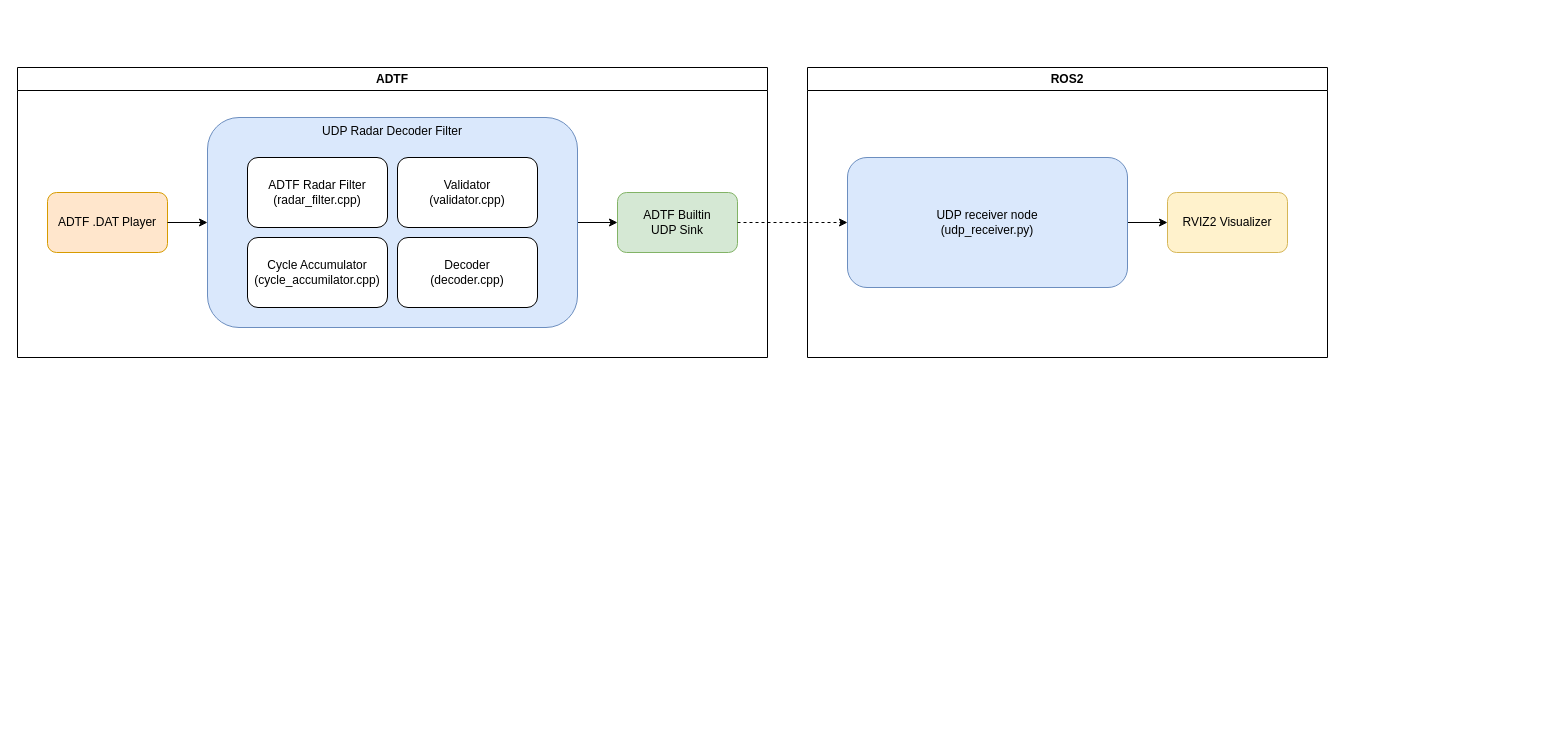
Before: UML.drawio in MrKugga/MikeWazowski, a draw.io diagram. Source tidied: cells renumbered, new cells numbered last; positions are measured from the earlier drawing's top-left corner, leaving out a move shared by most shapes. Both pictures are drawn from the tidied source at 100%, with x=0, y=0 at pixel (17, 67).
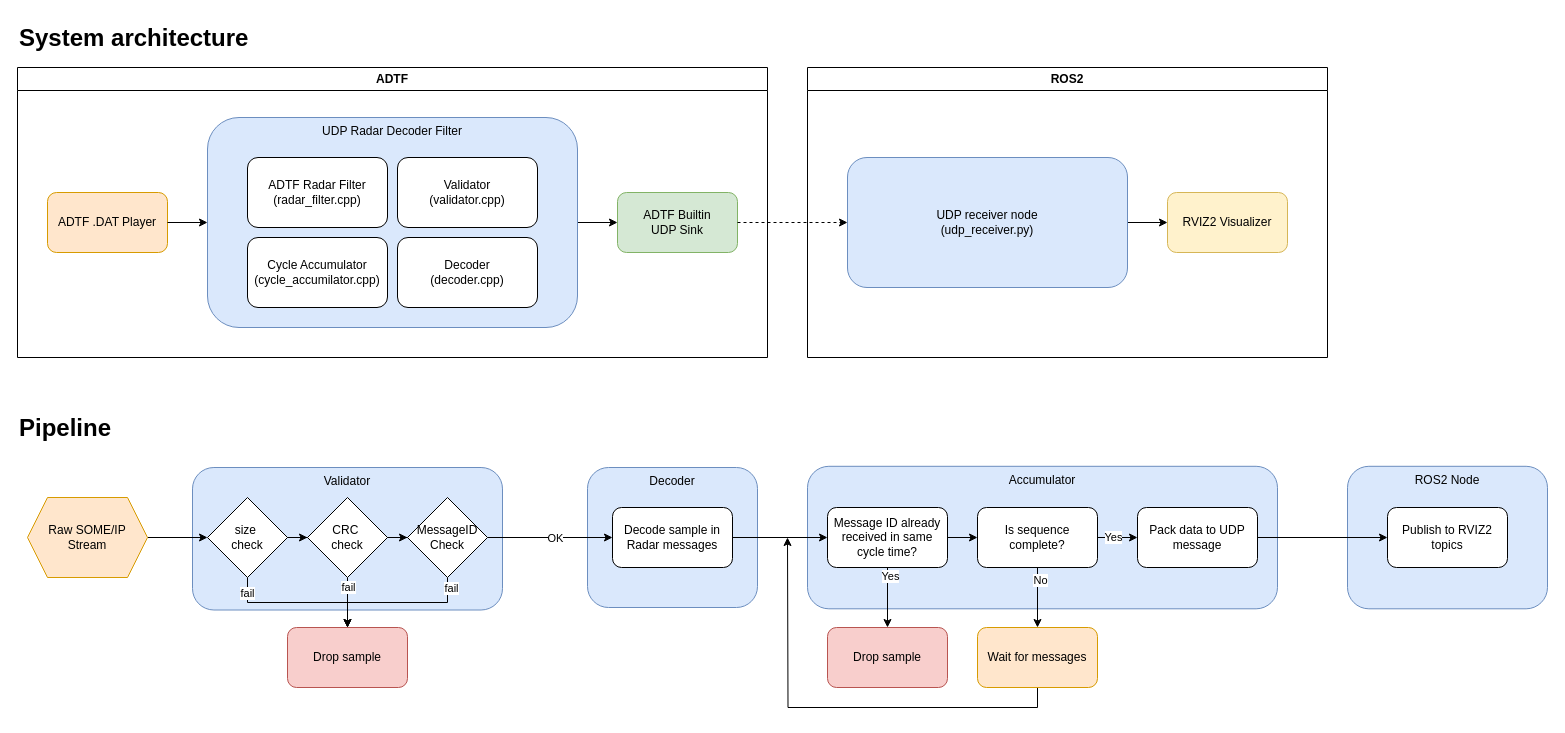
The same page after the edit.

Change to the diagram source:
```diff
@@
+    <mxCell id="17" value="Decoder" style="rounded=1;whiteSpace=wrap;html=1;verticalAlign=top;fillColor=#dae8fc;strokeColor=#6c8ebf;" parent="1" vertex="1">
+      <mxGeometry x="570" y="400" width="170" height="140" as="geometry" />
+    </mxCell>
+    <mxCell id="18" value="ROS2 Node" style="rounded=1;whiteSpace=wrap;html=1;verticalAlign=top;fillColor=#dae8fc;strokeColor=#6c8ebf;" parent="1" vertex="1">
+      <mxGeometry x="1330" y="398.8" width="200" height="142.5" as="geometry" />
+    </mxCell>
+    <mxCell id="19" value="Accumulator" style="rounded=1;whiteSpace=wrap;html=1;verticalAlign=top;fillColor=#dae8fc;strokeColor=#6c8ebf;" parent="1" vertex="1">
+      <mxGeometry x="790" y="398.8" width="470" height="142.5" as="geometry" />
+    </mxCell>
+    <mxCell id="20" value="Validator" style="rounded=1;whiteSpace=wrap;html=1;verticalAlign=top;fillColor=#dae8fc;strokeColor=#6c8ebf;" parent="1" vertex="1">
+      <mxGeometry x="175" y="400" width="310" height="142.5" as="geometry" />
+    </mxCell>
@@
+    <mxCell id="21" value="&lt;h1 style=&quot;margin-top: 0px;&quot;&gt;&lt;span style=&quot;background-color: transparent; color: light-dark(rgb(0, 0, 0), rgb(255, 255, 255));&quot;&gt;System architecture&lt;/span&gt;&lt;/h1&gt;" style="text;html=1;whiteSpace=wrap;overflow=hidden;rounded=0;" parent="1" vertex="1">
+      <mxGeometry y="-50" width="780" height="40" as="geometry" />
+    </mxCell>
+    <mxCell id="22" value="&lt;h1 style=&quot;margin-top: 0px;&quot;&gt;&lt;span style=&quot;background-color: transparent; color: light-dark(rgb(0, 0, 0), rgb(255, 255, 255));&quot;&gt;Pipeline&lt;/span&gt;&lt;/h1&gt;" style="text;html=1;whiteSpace=wrap;overflow=hidden;rounded=0;" parent="1" vertex="1">
+      <mxGeometry y="340" width="780" height="40" as="geometry" />
+    </mxCell>
+    <mxCell id="23" style="edgeStyle=orthogonalEdgeStyle;rounded=0;jettySize=auto;html=1;exitX=1;exitY=0.5;exitDx=0;exitDy=0;entryX=0;entryY=0.5;entryDx=0;entryDy=0;" parent="1" edge="1" source="24" target="28">
+      <mxGeometry relative="1" as="geometry" />
+    </mxCell>
+    <mxCell id="24" value="Raw SOME/IP&lt;div&gt;Stream&lt;/div&gt;" style="shape=hexagon;perimeter=hexagonPerimeter2;whiteSpace=wrap;html=1;fixedSize=1;fillColor=#ffe6cc;strokeColor=#d79b00;" parent="1" vertex="1">
+      <mxGeometry x="10" y="430" width="120" height="80" as="geometry" />
+    </mxCell>
+    <mxCell id="25" style="edgeStyle=orthogonalEdgeStyle;rounded=0;jettySize=auto;html=1;" parent="1" edge="1" source="28" target="32">
+      <mxGeometry relative="1" as="geometry" />
+    </mxCell>
+    <mxCell id="26" style="edgeStyle=orthogonalEdgeStyle;rounded=0;jettySize=auto;html=1;exitX=0.5;exitY=1;exitDx=0;exitDy=0;entryX=0.5;entryY=0;entryDx=0;entryDy=0;" parent="1" edge="1" source="28" target="38">
+      <mxGeometry relative="1" as="geometry" />
+    </mxCell>
+    <mxCell id="27" value="fail" style="edgeLabel;html=1;align=center;verticalAlign=middle;" parent="26" vertex="1">
+      <mxGeometry x="-0.8" y="-1" relative="1" as="geometry" />
+    </mxCell>
+    <mxCell id="28" value="size&amp;nbsp;&lt;div&gt;check&lt;/div&gt;" style="rhombus;whiteSpace=wrap;html=1;" parent="1" vertex="1">
+      <mxGeometry x="190" y="430" width="80" height="80" as="geometry" />
+    </mxCell>
+    <mxCell id="29" style="edgeStyle=orthogonalEdgeStyle;rounded=0;jettySize=auto;html=1;" parent="1" edge="1" source="32" target="37">
+      <mxGeometry relative="1" as="geometry" />
+    </mxCell>
+    <mxCell id="30" style="edgeStyle=orthogonalEdgeStyle;rounded=0;jettySize=auto;html=1;" parent="1" edge="1" source="32" target="38">
+      <mxGeometry relative="1" as="geometry" />
+    </mxCell>
+    <mxCell id="31" value="fail" style="edgeLabel;html=1;align=center;verticalAlign=middle;" parent="30" vertex="1">
+      <mxGeometry x="-0.65" y="-2" relative="1" as="geometry">
+        <mxPoint x="2" as="offset" />
+      </mxGeometry>
+    </mxCell>
+    <mxCell id="32" value="CRC&amp;nbsp;&lt;div&gt;check&lt;/div&gt;" style="rhombus;whiteSpace=wrap;html=1;" parent="1" vertex="1">
+      <mxGeometry x="290" y="430" width="80" height="80" as="geometry" />
+    </mxCell>
+    <mxCell id="33" style="edgeStyle=orthogonalEdgeStyle;rounded=0;jettySize=auto;html=1;entryX=0.5;entryY=0;entryDx=0;entryDy=0;" parent="1" edge="1" source="37" target="38">
+      <mxGeometry relative="1" as="geometry" />
+    </mxCell>
+    <mxCell id="34" value="fail" style="edgeLabel;html=1;align=center;verticalAlign=middle;" parent="33" vertex="1">
+      <mxGeometry x="-0.87" y="3" relative="1" as="geometry" />
+    </mxCell>
+    <mxCell id="35" style="edgeStyle=orthogonalEdgeStyle;rounded=0;jettySize=auto;html=1;exitX=1;exitY=0.5;exitDx=0;exitDy=0;entryX=0;entryY=0.5;entryDx=0;entryDy=0;" parent="1" edge="1" source="37" target="55">
+      <mxGeometry relative="1" as="geometry" />
+    </mxCell>
+    <mxCell id="36" value="OK" style="edgeLabel;html=1;align=center;verticalAlign=middle;" parent="35" vertex="1">
+      <mxGeometry x="0.07" relative="1" as="geometry" />
+    </mxCell>
+    <mxCell id="37" value="&lt;div&gt;MessageID&lt;/div&gt;&lt;div&gt;Check&lt;/div&gt;" style="rhombus;whiteSpace=wrap;html=1;" parent="1" vertex="1">
+      <mxGeometry x="390" y="430" width="80" height="80" as="geometry" />
+    </mxCell>
+    <mxCell id="38" value="Drop sample" style="rounded=1;whiteSpace=wrap;html=1;fillColor=#f8cecc;strokeColor=#b85450;" parent="1" vertex="1">
+      <mxGeometry x="270" y="560" width="120" height="60" as="geometry" />
+    </mxCell>
+    <mxCell id="39" style="edgeStyle=orthogonalEdgeStyle;rounded=0;jettySize=auto;html=1;exitX=1;exitY=0.5;exitDx=0;exitDy=0;" parent="1" edge="1" source="55" target="43">
+      <mxGeometry relative="1" as="geometry" />
+    </mxCell>
+    <mxCell id="40" style="edgeStyle=orthogonalEdgeStyle;rounded=0;jettySize=auto;html=1;exitX=0.5;exitY=1;exitDx=0;exitDy=0;entryX=0.5;entryY=0;entryDx=0;entryDy=0;" parent="1" edge="1" source="43" target="44">
+      <mxGeometry relative="1" as="geometry" />
+    </mxCell>
+    <mxCell id="41" value="Yes" style="edgeLabel;html=1;align=center;verticalAlign=middle;" parent="40" vertex="1">
+      <mxGeometry x="-0.73" y="2" relative="1" as="geometry" />
+    </mxCell>
+    <mxCell id="42" style="edgeStyle=orthogonalEdgeStyle;rounded=0;jettySize=auto;html=1;exitX=1;exitY=0.5;exitDx=0;exitDy=0;" parent="1" edge="1" source="43" target="49">
+      <mxGeometry relative="1" as="geometry" />
+    </mxCell>
+    <mxCell id="43" value="Message ID already received in same cycle time?" style="rounded=1;whiteSpace=wrap;html=1;" parent="1" vertex="1">
+      <mxGeometry x="810" y="440" width="120" height="60" as="geometry" />
+    </mxCell>
+    <mxCell id="44" value="Drop sample" style="rounded=1;whiteSpace=wrap;html=1;fillColor=#f8cecc;strokeColor=#b85450;" parent="1" vertex="1">
+      <mxGeometry x="810" y="560" width="120" height="60" as="geometry" />
+    </mxCell>
+    <mxCell id="45" style="edgeStyle=orthogonalEdgeStyle;rounded=0;jettySize=auto;html=1;exitX=0.5;exitY=1;exitDx=0;exitDy=0;" parent="1" edge="1" source="49" target="51">
+      <mxGeometry relative="1" as="geometry" />
+    </mxCell>
+    <mxCell id="46" value="No" style="edgeLabel;html=1;align=center;verticalAlign=middle;" parent="45" vertex="1">
+      <mxGeometry x="-0.59" y="2" relative="1" as="geometry" />
+    </mxCell>
+    <mxCell id="47" style="edgeStyle=orthogonalEdgeStyle;rounded=0;jettySize=auto;html=1;" parent="1" edge="1" source="49" target="53">
+      <mxGeometry relative="1" as="geometry" />
+    </mxCell>
+    <mxCell id="48" value="Yes" style="edgeLabel;html=1;align=center;verticalAlign=middle;" parent="47" vertex="1">
+      <mxGeometry x="-0.26" y="1" relative="1" as="geometry" />
+    </mxCell>
+    <mxCell id="49" value="Is sequence complete?" style="rounded=1;whiteSpace=wrap;html=1;" parent="1" vertex="1">
+      <mxGeometry x="960" y="440" width="120" height="60" as="geometry" />
+    </mxCell>
+    <mxCell id="50" style="edgeStyle=orthogonalEdgeStyle;rounded=0;jettySize=auto;html=1;exitX=0.5;exitY=1;exitDx=0;exitDy=0;" parent="1" edge="1" source="51">
+      <mxGeometry relative="1" as="geometry">
+        <mxPoint x="770" y="470" as="targetPoint" />
+      </mxGeometry>
+    </mxCell>
+    <mxCell id="51" value="Wait for messages" style="rounded=1;whiteSpace=wrap;html=1;fillColor=#ffe6cc;strokeColor=#d79b00;" parent="1" vertex="1">
+      <mxGeometry x="960" y="560" width="120" height="60" as="geometry" />
+    </mxCell>
+    <mxCell id="52" style="edgeStyle=orthogonalEdgeStyle;rounded=0;jettySize=auto;html=1;entryX=0;entryY=0.5;entryDx=0;entryDy=0;" parent="1" edge="1" source="53" target="54">
+      <mxGeometry relative="1" as="geometry" />
+    </mxCell>
+    <mxCell id="53" value="Pack data to UDP message" style="rounded=1;whiteSpace=wrap;html=1;" parent="1" vertex="1">
+      <mxGeometry x="1120" y="440" width="120" height="60" as="geometry" />
+    </mxCell>
+    <mxCell id="54" value="Publish to RVIZ2 topics" style="rounded=1;whiteSpace=wrap;html=1;" parent="1" vertex="1">
+      <mxGeometry x="1370" y="440" width="120" height="60" as="geometry" />
+    </mxCell>
+    <mxCell id="55" value="Decode sample in Radar messages" style="rounded=1;whiteSpace=wrap;html=1;" parent="1" vertex="1">
+      <mxGeometry x="595" y="440" width="120" height="60" as="geometry" />
+    </mxCell>
```
